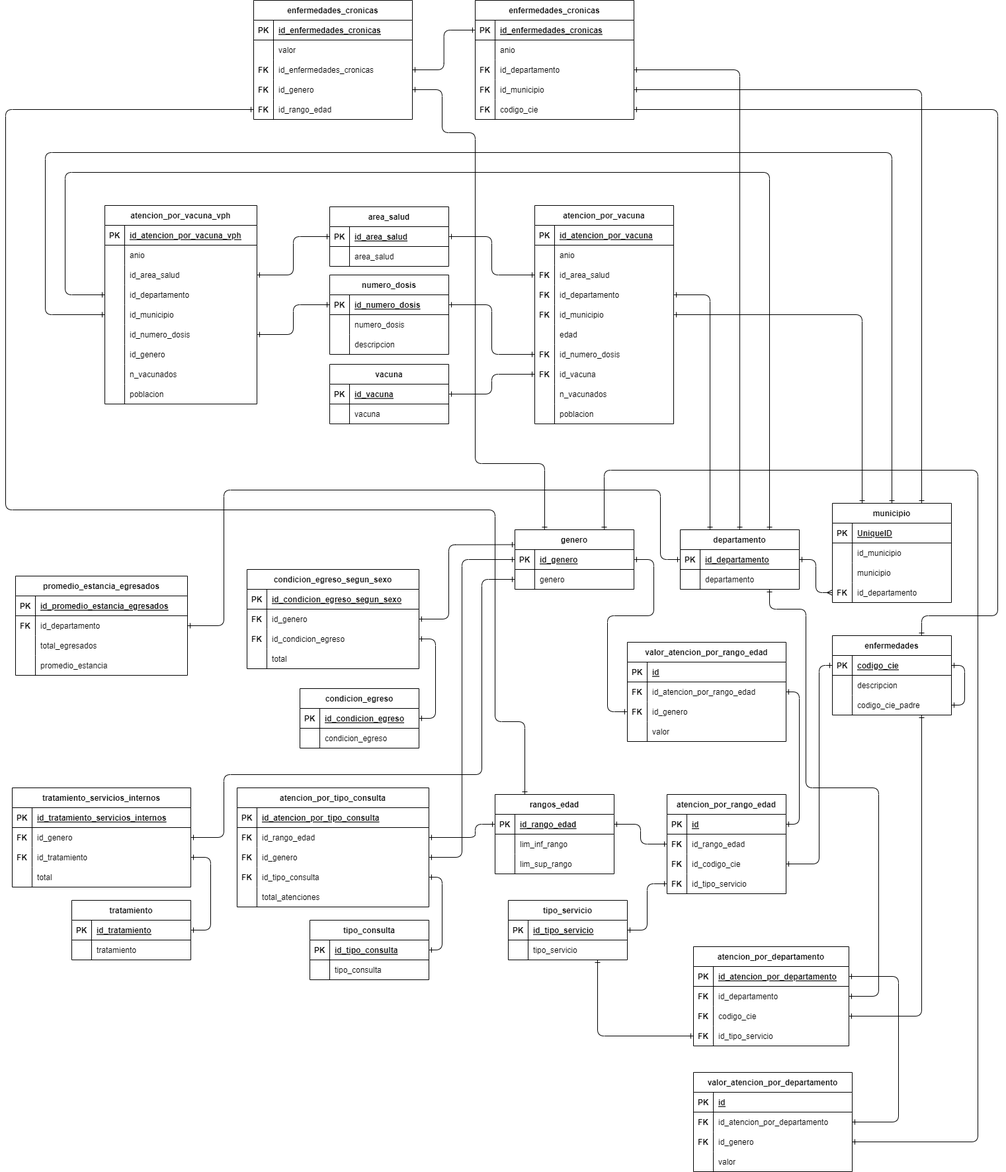
The draw.io diagram diagrama_de_tablas.png in cresb-49/Practica_Salud_BD1, before a commit. Source tidied: cells renumbered, new cells last; positions are measured from the earlier drawing's top-left corner, leaving out a move shared by most shapes.
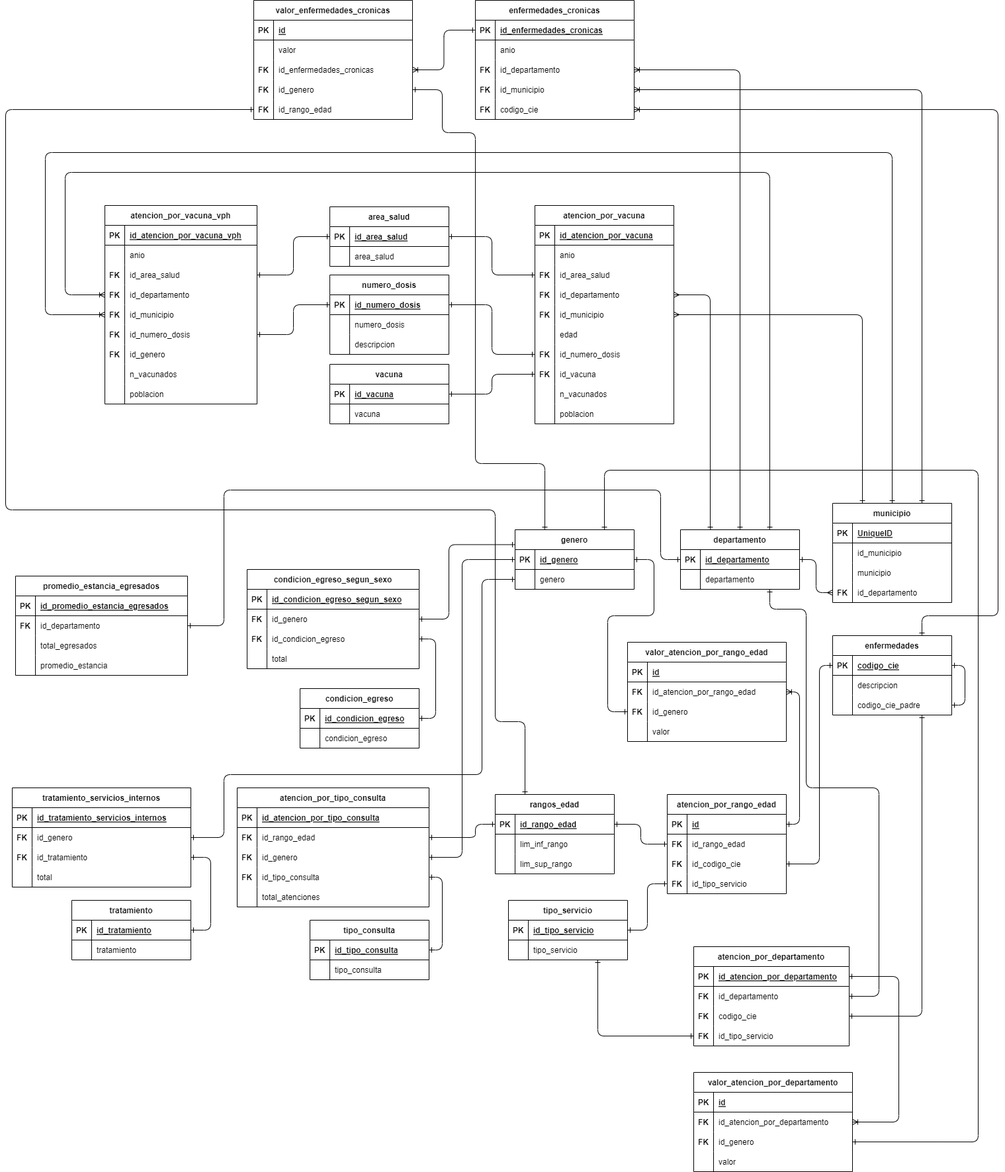
After the commit.

Change to the diagram source:
```diff
@@ -62,7 +62,7 @@
         </Array>
       </mxGeometry>
     </mxCell>
-    <mxCell id="13" style="edgeStyle=orthogonalEdgeStyle;html=1;exitX=1;exitY=0.5;exitDx=0;exitDy=0;startArrow=ERone;startFill=0;endArrow=ERone;endFill=0;entryX=1;entryY=0.5;entryDx=0;entryDy=0;" parent="1" edge="1" source="124" target="140">
+    <mxCell id="13" style="edgeStyle=orthogonalEdgeStyle;html=1;exitX=1;exitY=0.5;exitDx=0;exitDy=0;startArrow=ERone;startFill=0;endArrow=ERoneToMany;endFill=0;entryX=1;entryY=0.5;entryDx=0;entryDy=0;" parent="1" edge="1" source="124" target="140">
       <mxGeometry relative="1" as="geometry">
         <Array as="points">
           <mxPoint x="1350" y="1475" />
@@ -70,10 +70,10 @@
         </Array>
       </mxGeometry>
     </mxCell>
-    <mxCell id="14" style="edgeStyle=orthogonalEdgeStyle;html=1;exitX=0.25;exitY=0;exitDx=0;exitDy=0;entryX=1;entryY=0.5;entryDx=0;entryDy=0;startArrow=ERone;startFill=0;endArrow=ERone;endFill=0;" parent="1" edge="1" source="16" target="245">
+    <mxCell id="14" style="edgeStyle=orthogonalEdgeStyle;html=1;exitX=0.25;exitY=0;exitDx=0;exitDy=0;entryX=1;entryY=0.5;entryDx=0;entryDy=0;startArrow=ERone;startFill=0;endArrow=ERmany;endFill=0;" parent="1" edge="1" source="16" target="245">
       <mxGeometry relative="1" as="geometry" />
     </mxCell>
-    <mxCell id="15" style="edgeStyle=orthogonalEdgeStyle;html=1;exitX=0.5;exitY=0;exitDx=0;exitDy=0;entryX=1;entryY=0.5;entryDx=0;entryDy=0;endArrow=ERone;endFill=0;startArrow=ERone;startFill=0;" parent="1" edge="1" source="16" target="308">
+    <mxCell id="15" style="edgeStyle=orthogonalEdgeStyle;html=1;exitX=0.5;exitY=0;exitDx=0;exitDy=0;entryX=1;entryY=0.5;entryDx=0;entryDy=0;endArrow=ERoneToMany;endFill=0;startArrow=ERone;startFill=0;" parent="1" edge="1" source="16" target="308">
       <mxGeometry relative="1" as="geometry" />
     </mxCell>
     <mxCell id="16" value="departamento" style="shape=table;startSize=30;rowLines=0;fontStyle=1;align=center;" parent="1" vertex="1">
@@ -97,10 +97,10 @@
     <mxCell id="22" value="departamento" style="shape=partialRectangle;fillColor=none;top=0;left=0;bottom=0;right=0;align=left;spacingLeft=6;overflow=hidden;" parent="20" vertex="1">
       <mxGeometry x="30" width="150" height="30" as="geometry" />
     </mxCell>
-    <mxCell id="23" style="edgeStyle=orthogonalEdgeStyle;html=1;exitX=0.25;exitY=0;exitDx=0;exitDy=0;entryX=1;entryY=0.5;entryDx=0;entryDy=0;startArrow=ERone;startFill=0;endArrow=ERone;endFill=0;" parent="1" edge="1" source="25" target="248">
+    <mxCell id="23" style="edgeStyle=orthogonalEdgeStyle;html=1;exitX=0.25;exitY=0;exitDx=0;exitDy=0;entryX=1;entryY=0.5;entryDx=0;entryDy=0;startArrow=ERone;startFill=0;endArrow=ERmany;endFill=0;" parent="1" edge="1" source="25" target="248">
       <mxGeometry relative="1" as="geometry" />
     </mxCell>
-    <mxCell id="24" style="edgeStyle=orthogonalEdgeStyle;html=1;exitX=0.75;exitY=0;exitDx=0;exitDy=0;entryX=1;entryY=0.5;entryDx=0;entryDy=0;startArrow=ERone;startFill=0;endArrow=ERone;endFill=0;" parent="1" edge="1" source="25" target="311">
+    <mxCell id="24" style="edgeStyle=orthogonalEdgeStyle;html=1;exitX=0.75;exitY=0;exitDx=0;exitDy=0;entryX=1;entryY=0.5;entryDx=0;entryDy=0;startArrow=ERone;startFill=0;endArrow=ERoneToMany;endFill=0;" parent="1" edge="1" source="25" target="311">
       <mxGeometry relative="1" as="geometry" />
     </mxCell>
     <mxCell id="25" value="municipio" style="shape=table;startSize=30;rowLines=0;fontStyle=1;align=center;" parent="1" vertex="1">
@@ -169,7 +169,7 @@
     <mxCell id="46" style="edgeStyle=orthogonalEdgeStyle;html=1;exitX=0.75;exitY=1;exitDx=0;exitDy=0;entryX=1;entryY=0.5;entryDx=0;entryDy=0;startArrow=ERone;startFill=0;endArrow=ERone;endFill=0;" parent="1" edge="1" source="48" target="130">
       <mxGeometry relative="1" as="geometry" />
     </mxCell>
-    <mxCell id="47" style="edgeStyle=orthogonalEdgeStyle;html=1;exitX=0.75;exitY=0;exitDx=0;exitDy=0;entryX=1;entryY=0.5;entryDx=0;entryDy=0;startArrow=ERone;startFill=0;endArrow=ERone;endFill=0;" parent="1" edge="1" source="48" target="314">
+    <mxCell id="47" style="edgeStyle=orthogonalEdgeStyle;html=1;exitX=0.75;exitY=0;exitDx=0;exitDy=0;entryX=1;entryY=0.5;entryDx=0;entryDy=0;startArrow=ERone;startFill=0;endArrow=ERoneToMany;endFill=0;" parent="1" edge="1" source="48" target="314">
       <mxGeometry relative="1" as="geometry">
         <Array as="points">
           <mxPoint x="1385" y="930" />
@@ -425,7 +425,7 @@
         </Array>
       </mxGeometry>
     </mxCell>
-    <mxCell id="122" style="edgeStyle=orthogonalEdgeStyle;html=1;exitX=1;exitY=0.5;exitDx=0;exitDy=0;entryX=1;entryY=0.5;entryDx=0;entryDy=0;startArrow=ERone;startFill=0;endArrow=ERone;endFill=0;" parent="1" edge="1" source="93" target="112">
+    <mxCell id="122" style="edgeStyle=orthogonalEdgeStyle;html=1;exitX=1;exitY=0.5;exitDx=0;exitDy=0;entryX=1;entryY=0.5;entryDx=0;entryDy=0;startArrow=ERone;startFill=0;endArrow=ERoneToMany;endFill=0;" parent="1" edge="1" source="93" target="112">
       <mxGeometry relative="1" as="geometry">
         <Array as="points">
           <mxPoint x="1200" y="1245" />
@@ -934,7 +934,7 @@
     <mxCell id="276" style="shape=tableRow;horizontal=0;startSize=0;swimlaneHead=0;swimlaneBody=0;fillColor=none;points=[[0,0.5],[1,0.5]];portConstraint=eastwest;top=0;left=0;right=0;bottom=0;" parent="269" vertex="1">
       <mxGeometry y="90" width="230" height="30" as="geometry" />
     </mxCell>
-    <mxCell id="277" style="shape=partialRectangle;fillColor=none;top=0;left=0;bottom=0;right=0;overflow=hidden;" parent="276" vertex="1">
+    <mxCell id="277" value="FK" style="shape=partialRectangle;fillColor=none;top=0;left=0;bottom=0;right=0;overflow=hidden;fontStyle=1;" parent="276" vertex="1">
       <mxGeometry width="30" height="30" as="geometry" />
     </mxCell>
     <mxCell id="278" value="id_area_salud" style="shape=partialRectangle;fillColor=none;top=0;left=0;bottom=0;right=0;align=left;spacingLeft=6;overflow=hidden;" parent="276" vertex="1">
@@ -943,7 +943,7 @@
     <mxCell id="279" style="shape=tableRow;horizontal=0;startSize=0;swimlaneHead=0;swimlaneBody=0;fillColor=none;points=[[0,0.5],[1,0.5]];portConstraint=eastwest;top=0;left=0;right=0;bottom=0;" parent="269" vertex="1">
       <mxGeometry y="120" width="230" height="30" as="geometry" />
     </mxCell>
-    <mxCell id="280" style="shape=partialRectangle;fillColor=none;top=0;left=0;bottom=0;right=0;overflow=hidden;" parent="279" vertex="1">
+    <mxCell id="280" value="FK" style="shape=partialRectangle;fillColor=none;top=0;left=0;bottom=0;right=0;overflow=hidden;fontStyle=1;" parent="279" vertex="1">
       <mxGeometry width="30" height="30" as="geometry" />
     </mxCell>
     <mxCell id="281" value="id_departamento" style="shape=partialRectangle;fillColor=none;top=0;left=0;bottom=0;right=0;align=left;spacingLeft=6;overflow=hidden;" parent="279" vertex="1">
@@ -952,7 +952,7 @@
     <mxCell id="282" style="shape=tableRow;horizontal=0;startSize=0;swimlaneHead=0;swimlaneBody=0;fillColor=none;points=[[0,0.5],[1,0.5]];portConstraint=eastwest;top=0;left=0;right=0;bottom=0;" parent="269" vertex="1">
       <mxGeometry y="150" width="230" height="30" as="geometry" />
     </mxCell>
-    <mxCell id="283" style="shape=partialRectangle;fillColor=none;top=0;left=0;bottom=0;right=0;overflow=hidden;" parent="282" vertex="1">
+    <mxCell id="283" value="FK" style="shape=partialRectangle;fillColor=none;top=0;left=0;bottom=0;right=0;overflow=hidden;fontStyle=1;" parent="282" vertex="1">
       <mxGeometry width="30" height="30" as="geometry" />
     </mxCell>
     <mxCell id="284" value="id_municipio" style="shape=partialRectangle;fillColor=none;top=0;left=0;bottom=0;right=0;align=left;spacingLeft=6;overflow=hidden;" parent="282" vertex="1">
@@ -961,7 +961,7 @@
     <mxCell id="285" style="shape=tableRow;horizontal=0;startSize=0;swimlaneHead=0;swimlaneBody=0;fillColor=none;points=[[0,0.5],[1,0.5]];portConstraint=eastwest;top=0;left=0;right=0;bottom=0;" parent="269" vertex="1">
       <mxGeometry y="180" width="230" height="30" as="geometry" />
     </mxCell>
-    <mxCell id="286" style="shape=partialRectangle;fillColor=none;top=0;left=0;bottom=0;right=0;overflow=hidden;" parent="285" vertex="1">
+    <mxCell id="286" value="FK" style="shape=partialRectangle;fillColor=none;top=0;left=0;bottom=0;right=0;overflow=hidden;fontStyle=1;" parent="285" vertex="1">
       <mxGeometry width="30" height="30" as="geometry" />
     </mxCell>
     <mxCell id="287" value="id_numero_dosis" style="shape=partialRectangle;fillColor=none;top=0;left=0;bottom=0;right=0;align=left;spacingLeft=6;overflow=hidden;" parent="285" vertex="1">
@@ -970,7 +970,7 @@
     <mxCell id="288" style="shape=tableRow;horizontal=0;startSize=0;swimlaneHead=0;swimlaneBody=0;fillColor=none;top=0;left=0;right=0;bottom=0;" parent="269" vertex="1">
       <mxGeometry y="210" width="230" height="30" as="geometry" />
     </mxCell>
-    <mxCell id="289" style="shape=partialRectangle;fillColor=none;top=0;left=0;bottom=0;right=0;overflow=hidden;" parent="288" vertex="1">
+    <mxCell id="289" value="FK" style="shape=partialRectangle;fillColor=none;top=0;left=0;bottom=0;right=0;overflow=hidden;fontStyle=1;" parent="288" vertex="1">
       <mxGeometry width="30" height="30" as="geometry" />
     </mxCell>
     <mxCell id="290" value="id_genero" style="shape=partialRectangle;fillColor=none;top=0;left=0;bottom=0;right=0;align=left;spacingLeft=6;overflow=hidden;" parent="288" vertex="1">
@@ -1000,7 +1000,7 @@
     <mxCell id="298" style="edgeStyle=orthogonalEdgeStyle;html=1;exitX=0;exitY=0.5;exitDx=0;exitDy=0;entryX=1;entryY=0.5;entryDx=0;entryDy=0;startArrow=ERone;startFill=0;endArrow=ERone;endFill=0;" parent="1" edge="1" source="212" target="285">
       <mxGeometry relative="1" as="geometry" />
     </mxCell>
-    <mxCell id="299" style="edgeStyle=orthogonalEdgeStyle;html=1;exitX=0;exitY=0.5;exitDx=0;exitDy=0;entryX=0.75;entryY=0;entryDx=0;entryDy=0;startArrow=ERone;startFill=0;endArrow=ERone;endFill=0;" parent="1" edge="1" source="279" target="16">
+    <mxCell id="299" style="edgeStyle=orthogonalEdgeStyle;html=1;exitX=0;exitY=0.5;exitDx=0;exitDy=0;entryX=0.75;entryY=0;entryDx=0;entryDy=0;startArrow=ERoneToMany;startFill=0;endArrow=ERone;endFill=0;" parent="1" edge="1" source="279" target="16">
       <mxGeometry relative="1" as="geometry">
         <Array as="points">
           <mxPoint x="90" y="445" />
@@ -1009,7 +1009,7 @@
         </Array>
       </mxGeometry>
     </mxCell>
-    <mxCell id="300" style="edgeStyle=orthogonalEdgeStyle;html=1;exitX=0;exitY=0.5;exitDx=0;exitDy=0;entryX=0.5;entryY=0;entryDx=0;entryDy=0;startArrow=ERone;startFill=0;endArrow=ERone;endFill=0;" parent="1" edge="1" source="282" target="25">
+    <mxCell id="300" style="edgeStyle=orthogonalEdgeStyle;html=1;exitX=0;exitY=0.5;exitDx=0;exitDy=0;entryX=0.5;entryY=0;entryDx=0;entryDy=0;startArrow=ERoneToMany;startFill=0;endArrow=ERone;endFill=0;" parent="1" edge="1" source="282" target="25">
       <mxGeometry relative="1" as="geometry">
         <Array as="points">
           <mxPoint x="60" y="475" />
@@ -1066,7 +1066,7 @@
     <mxCell id="316" value="codigo_cie" style="shape=partialRectangle;fillColor=none;top=0;left=0;bottom=0;right=0;align=left;spacingLeft=6;overflow=hidden;" parent="314" vertex="1">
       <mxGeometry x="30" width="210" height="30" as="geometry" />
     </mxCell>
-    <mxCell id="317" value="enfermedades_cronicas" style="shape=table;startSize=30;rowLines=0;fontStyle=1;align=center;" parent="1" vertex="1">
+    <mxCell id="317" value="valor_enfermedades_cronicas" style="shape=table;startSize=30;rowLines=0;fontStyle=1;align=center;" parent="1" vertex="1">
       <mxGeometry x="375" width="240" height="180" as="geometry" />
     </mxCell>
     <mxCell id="318" style="shape=tableRow;horizontal=0;startSize=0;swimlaneHead=0;swimlaneBody=0;fillColor=none;top=0;left=0;right=0;bottom=1;" parent="317" vertex="1">
@@ -1075,7 +1075,7 @@
     <mxCell id="319" value="PK" style="shape=partialRectangle;fillColor=none;top=0;left=0;bottom=0;right=0;fontStyle=1;overflow=hidden;" parent="318" vertex="1">
       <mxGeometry width="30" height="30" as="geometry" />
     </mxCell>
-    <mxCell id="320" value="id_enfermedades_cronicas" style="shape=partialRectangle;fillColor=none;top=0;left=0;bottom=0;right=0;align=left;spacingLeft=6;fontStyle=5;overflow=hidden;" parent="318" vertex="1">
+    <mxCell id="320" value="id" style="shape=partialRectangle;fillColor=none;top=0;left=0;bottom=0;right=0;align=left;spacingLeft=6;fontStyle=5;overflow=hidden;" parent="318" vertex="1">
       <mxGeometry x="30" width="210" height="30" as="geometry" />
     </mxCell>
     <mxCell id="321" style="shape=tableRow;horizontal=0;startSize=0;swimlaneHead=0;swimlaneBody=0;fillColor=none;top=0;left=0;right=0;bottom=0;" parent="317" vertex="1">
@@ -1114,7 +1114,7 @@
     <mxCell id="332" value="id_rango_edad" style="shape=partialRectangle;fillColor=none;top=0;left=0;bottom=0;right=0;align=left;spacingLeft=6;overflow=hidden;" parent="330" vertex="1">
       <mxGeometry x="30" width="210" height="30" as="geometry" />
     </mxCell>
-    <mxCell id="333" style="edgeStyle=orthogonalEdgeStyle;html=1;exitX=0;exitY=0.5;exitDx=0;exitDy=0;entryX=1;entryY=0.5;entryDx=0;entryDy=0;startArrow=ERone;startFill=0;endArrow=ERone;endFill=0;" parent="1" edge="1" source="302" target="324">
+    <mxCell id="333" style="edgeStyle=orthogonalEdgeStyle;html=1;exitX=0;exitY=0.5;exitDx=0;exitDy=0;entryX=1;entryY=0.5;entryDx=0;entryDy=0;startArrow=ERone;startFill=0;endArrow=ERoneToMany;endFill=0;" parent="1" edge="1" source="302" target="324">
       <mxGeometry relative="1" as="geometry" />
     </mxCell>
   </root>
```
